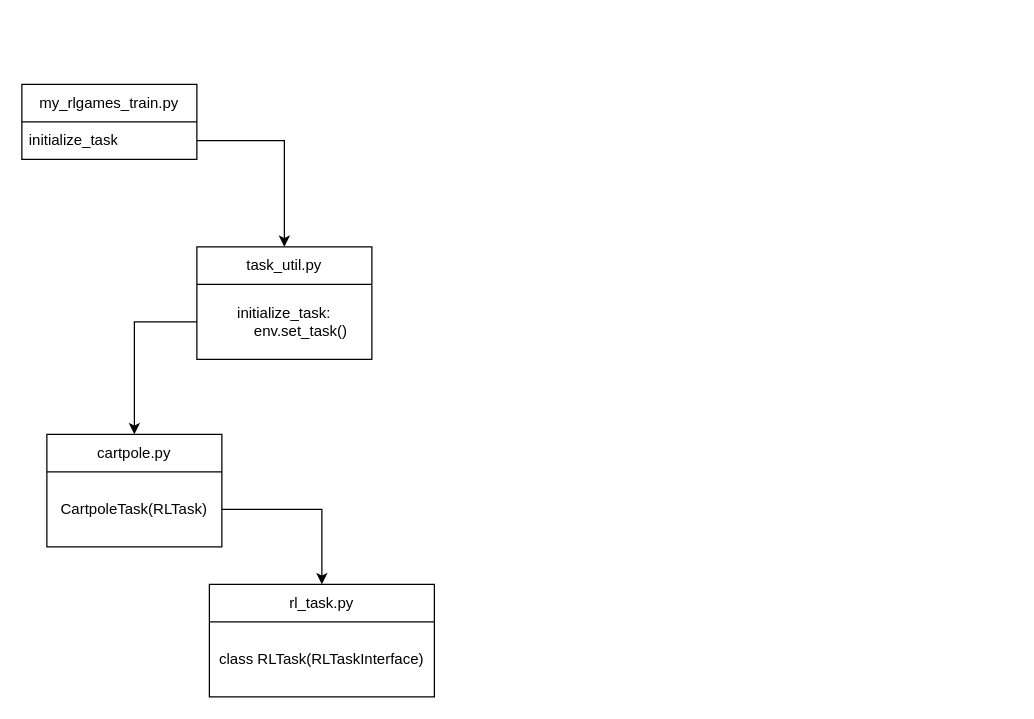
Above: Untitled Diagram.drawio in evan6007/AITalent_MMCalliNet (draw.io), before the change. Source tidied: cells renumbered, new cells numbered last; positions are measured from the earlier drawing's top-left corner, leaving out a move shared by most shapes. Both pictures are drawn from the tidied source at 125%, with x=0, y=0 at pixel (21, 84).
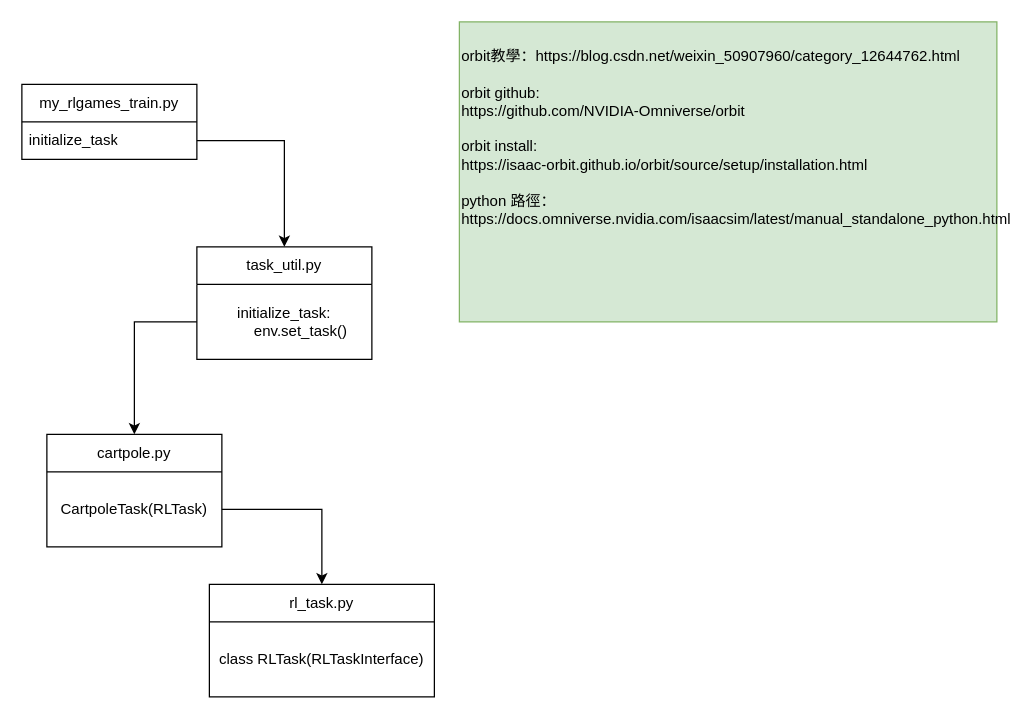
The same diagram, later.

What changed in the source:
```diff
@@
 <mxGraphModel>
   <root>
     <mxCell id="0" />
     <mxCell id="1" parent="0" />
     <mxCell id="2" value="my_rlgames_train.py" style="swimlane;fontStyle=0;horizontal=1;startSize=30;whiteSpace=wrap;html=1;" parent="1" vertex="1">
       <mxGeometry width="140" height="60" as="geometry" />
     </mxCell>
     <mxCell id="3" value="initialize_task" style="text;strokeColor=none;fillColor=none;align=left;verticalAlign=middle;spacingLeft=4;spacingRight=4;overflow=hidden;points=[[0,0.5],[1,0.5]];portConstraint=eastwest;whiteSpace=wrap;html=1;" parent="2" vertex="1">
       <mxGeometry y="30" width="140" height="30" as="geometry" />
     </mxCell>
     <mxCell id="4" value="task_util.py" style="swimlane;fontStyle=0;horizontal=1;startSize=30;whiteSpace=wrap;html=1;" parent="1" vertex="1">
       <mxGeometry x="140" y="130" width="140" height="90" as="geometry" />
     </mxCell>
     <mxCell id="5" value="initialize_task:&lt;br&gt;&lt;span style=&quot;white-space: pre;&quot;&gt;&#9;&lt;/span&gt;env.set_task()" style="text;strokeColor=none;fillColor=none;align=center;verticalAlign=middle;spacingLeft=4;spacingRight=4;overflow=hidden;points=[[0,0.5],[1,0.5]];portConstraint=eastwest;whiteSpace=wrap;html=1;" parent="4" vertex="1">
       <mxGeometry y="30" width="140" height="60" as="geometry" />
     </mxCell>
     <mxCell id="6" style="edgeStyle=orthogonalEdgeStyle;rounded=0;jettySize=auto;html=1;exitX=1;exitY=0.5;exitDx=0;exitDy=0;entryX=0.5;entryY=0;entryDx=0;entryDy=0;" parent="1" edge="1" source="3" target="4">
       <mxGeometry relative="1" as="geometry" />
     </mxCell>
     <mxCell id="7" value="cartpole.py" style="swimlane;fontStyle=0;horizontal=1;startSize=30;whiteSpace=wrap;html=1;" parent="1" vertex="1">
       <mxGeometry x="20" y="280" width="140" height="90" as="geometry" />
     </mxCell>
     <mxCell id="8" value="CartpoleTask(RLTask)" style="text;strokeColor=none;fillColor=none;align=center;verticalAlign=middle;spacingLeft=4;spacingRight=4;overflow=hidden;points=[[0,0.5],[1,0.5]];portConstraint=eastwest;whiteSpace=wrap;html=1;" parent="7" vertex="1">
       <mxGeometry y="30" width="140" height="60" as="geometry" />
     </mxCell>
     <mxCell id="9" style="edgeStyle=orthogonalEdgeStyle;rounded=0;jettySize=auto;html=1;" parent="1" edge="1" source="5" target="7">
       <mxGeometry relative="1" as="geometry" />
     </mxCell>
     <mxCell id="10" value="rl_task.py" style="swimlane;fontStyle=0;horizontal=1;startSize=30;whiteSpace=wrap;html=1;" parent="1" vertex="1">
       <mxGeometry x="150" y="400" width="180" height="90" as="geometry" />
     </mxCell>
     <mxCell id="11" value="class RLTask(RLTaskInterface)" style="text;strokeColor=none;fillColor=none;align=center;verticalAlign=middle;spacingLeft=4;spacingRight=4;overflow=hidden;whiteSpace=wrap;html=1;" parent="10" vertex="1">
       <mxGeometry y="30" width="180" height="60" as="geometry" />
     </mxCell>
     <mxCell id="12" style="edgeStyle=orthogonalEdgeStyle;rounded=0;jettySize=auto;html=1;exitX=1;exitY=0.5;exitDx=0;exitDy=0;entryX=0.5;entryY=0;entryDx=0;entryDy=0;" parent="1" edge="1" source="8" target="10">
       <mxGeometry relative="1" as="geometry" />
     </mxCell>
+    <mxCell id="13" value="&#10;orbit教學：https://blog.csdn.net/weixin_50907960/category_12644762.html&#10;&#10;orbit github:&#10;https://github.com/NVIDIA-Omniverse/orbit&#10;&#10;orbit install:&#10;https://isaac-orbit.github.io/orbit/source/setup/installation.html&#10;&#10;python 路徑：&#10;https://docs.omniverse.nvidia.com/isaacsim/latest/manual_standalone_python.html&#10;&#10;&#10;&#10;&#10;" style="text;whiteSpace=wrap;fillColor=#d5e8d4;strokeColor=#82b366;" parent="1" vertex="1">
+      <mxGeometry x="350" y="-50" width="430" height="240" as="geometry" />
+    </mxCell>
   </root>
 </mxGraphModel>
```
